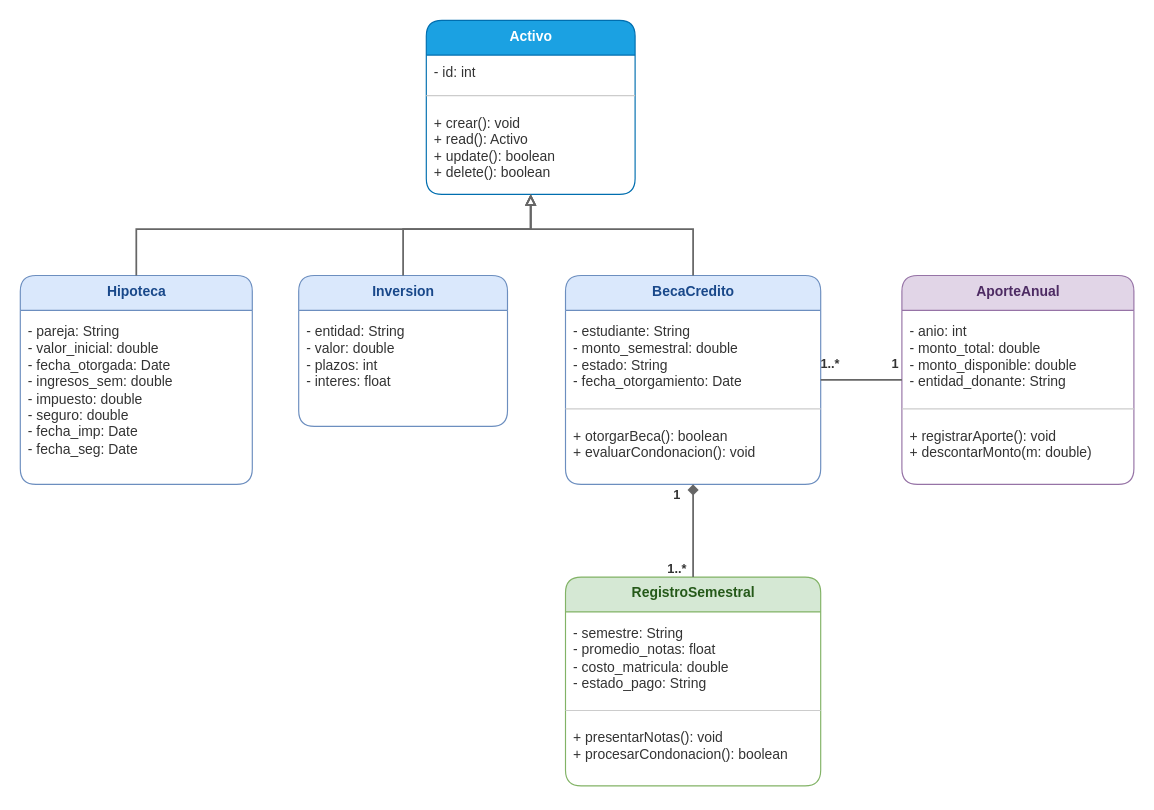
Before: Docs_Folder/Iteracion 2/DiagClasesIt2.drawio in delgadosanty/MSGF-repository, a draw.io diagram. Source tidied: cells renumbered, new cells numbered last; positions are measured from the earlier drawing's top-left corner, leaving out a move shared by most shapes. Both pictures are drawn from the tidied source at 116%, with x=0, y=0 at pixel (20, 20).
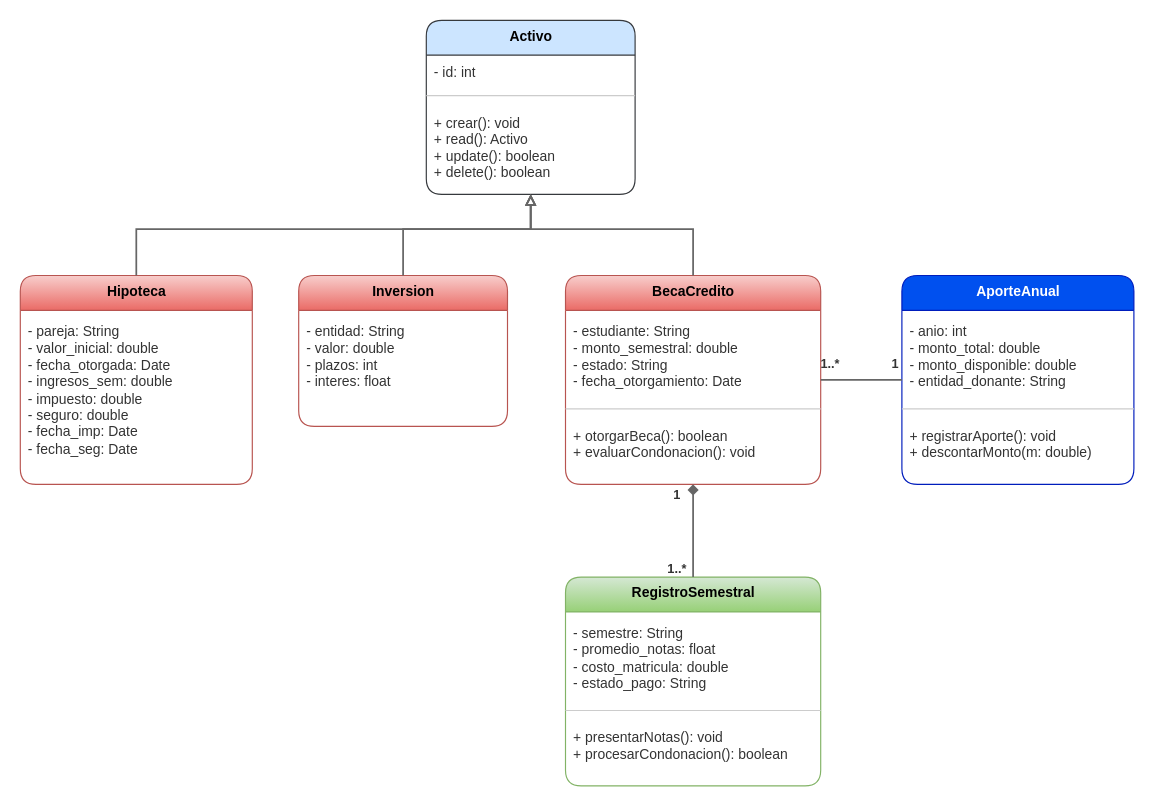
Above is the later version.

Diff of the diagram source:
```diff
@@
-    <mxCell id="2" value="Activo" style="swimlane;fontStyle=1;align=center;verticalAlign=top;horizontal=1;startSize=30;html=1;fillColor=#1ba1e2;fontColor=#ffffff;strokeColor=#006EAF;rounded=1;" parent="1" vertex="1">
+    <mxCell id="2" value="Activo" style="swimlane;fontStyle=1;align=center;verticalAlign=top;horizontal=1;startSize=30;html=1;fillColor=#cce5ff;strokeColor=#36393d;rounded=1;" parent="1" vertex="1">
       <mxGeometry x="350" width="180" height="150" as="geometry" />
     </mxCell>
@@
-    <mxCell id="6" value="Hipoteca" style="swimlane;fontStyle=1;align=center;verticalAlign=top;horizontal=1;startSize=30;html=1;fillColor=#dae8fc;fontColor=#19488a;strokeColor=#6c8ebf;rounded=1;" parent="1" vertex="1">
+    <mxCell id="6" value="Hipoteca" style="swimlane;fontStyle=1;align=center;verticalAlign=top;horizontal=1;startSize=30;html=1;fillColor=#f8cecc;strokeColor=#b85450;rounded=1;gradientColor=#ea6b66;" parent="1" vertex="1">
       <mxGeometry y="220" width="200" height="180" as="geometry" />
     </mxCell>
@@
-    <mxCell id="8" value="Inversion" style="swimlane;fontStyle=1;align=center;verticalAlign=top;horizontal=1;startSize=30;html=1;fillColor=#dae8fc;fontColor=#19488a;strokeColor=#6c8ebf;rounded=1;" parent="1" vertex="1">
+    <mxCell id="8" value="Inversion" style="swimlane;fontStyle=1;align=center;verticalAlign=top;horizontal=1;startSize=30;html=1;fillColor=#f8cecc;strokeColor=#b85450;rounded=1;gradientColor=#ea6b66;" parent="1" vertex="1">
       <mxGeometry x="240" y="220" width="180" height="130" as="geometry" />
     </mxCell>
@@
-    <mxCell id="10" value="BecaCredito" style="swimlane;fontStyle=1;align=center;verticalAlign=top;horizontal=1;startSize=30;html=1;fillColor=#dae8fc;fontColor=#19488a;strokeColor=#6c8ebf;rounded=1;" parent="1" vertex="1">
+    <mxCell id="10" value="BecaCredito" style="swimlane;fontStyle=1;align=center;verticalAlign=top;horizontal=1;startSize=30;html=1;fillColor=#f8cecc;strokeColor=#b85450;rounded=1;gradientColor=#ea6b66;" parent="1" vertex="1">
       <mxGeometry x="470" y="220" width="220" height="180" as="geometry" />
     </mxCell>
@@
-    <mxCell id="14" value="AporteAnual" style="swimlane;fontStyle=1;align=center;verticalAlign=top;horizontal=1;startSize=30;html=1;fillColor=#e1d5e7;fontColor=#4d2b63;strokeColor=#9673a6;rounded=1;" parent="1" vertex="1">
+    <mxCell id="14" value="AporteAnual" style="swimlane;fontStyle=1;align=center;verticalAlign=top;horizontal=1;startSize=30;html=1;fillColor=#0050ef;fontColor=#ffffff;strokeColor=#001DBC;rounded=1;" parent="1" vertex="1">
       <mxGeometry x="760" y="220" width="200" height="180" as="geometry" />
     </mxCell>
@@
-    <mxCell id="18" value="RegistroSemestral" style="swimlane;fontStyle=1;align=center;verticalAlign=top;horizontal=1;startSize=30;html=1;fillColor=#d5e8d4;fontColor=#255919;strokeColor=#82b366;rounded=1;" parent="1" vertex="1">
+    <mxCell id="18" value="RegistroSemestral" style="swimlane;fontStyle=1;align=center;verticalAlign=top;horizontal=1;startSize=30;html=1;fillColor=#d5e8d4;strokeColor=#82b366;rounded=1;gradientColor=#97d077;" parent="1" vertex="1">
       <mxGeometry x="470" y="480" width="220" height="180" as="geometry" />
     </mxCell>
```
